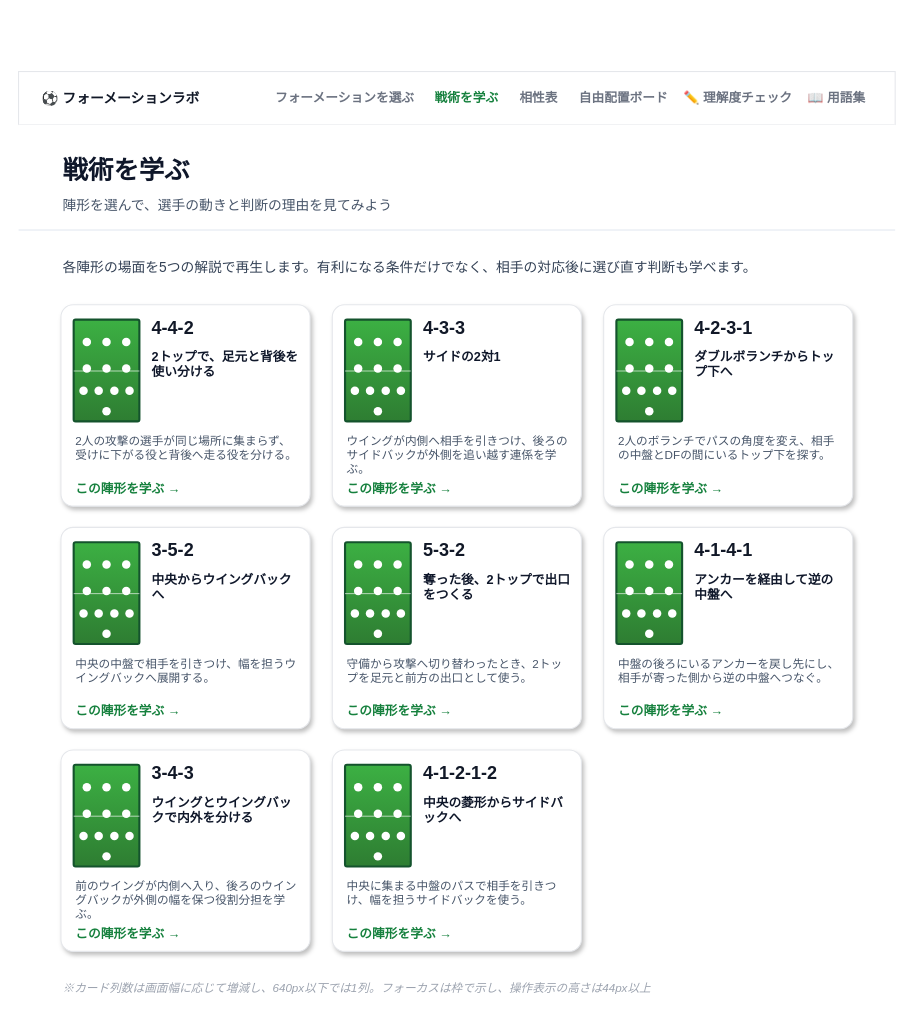
This is page "wireframe-learning-list" (3 of 8) of docs/specs/2_basic-design/wireframes.drawio from n-yata/soccer-sim, a draw.io file, before an edit. Source tidied: cells renumbered, new cells numbered last; positions are measured from the earlier drawing's top-left corner, leaving out a move shared by most shapes. Both pictures are drawn from the tidied source at 106%, with x=0, y=0 at pixel (18, 71).
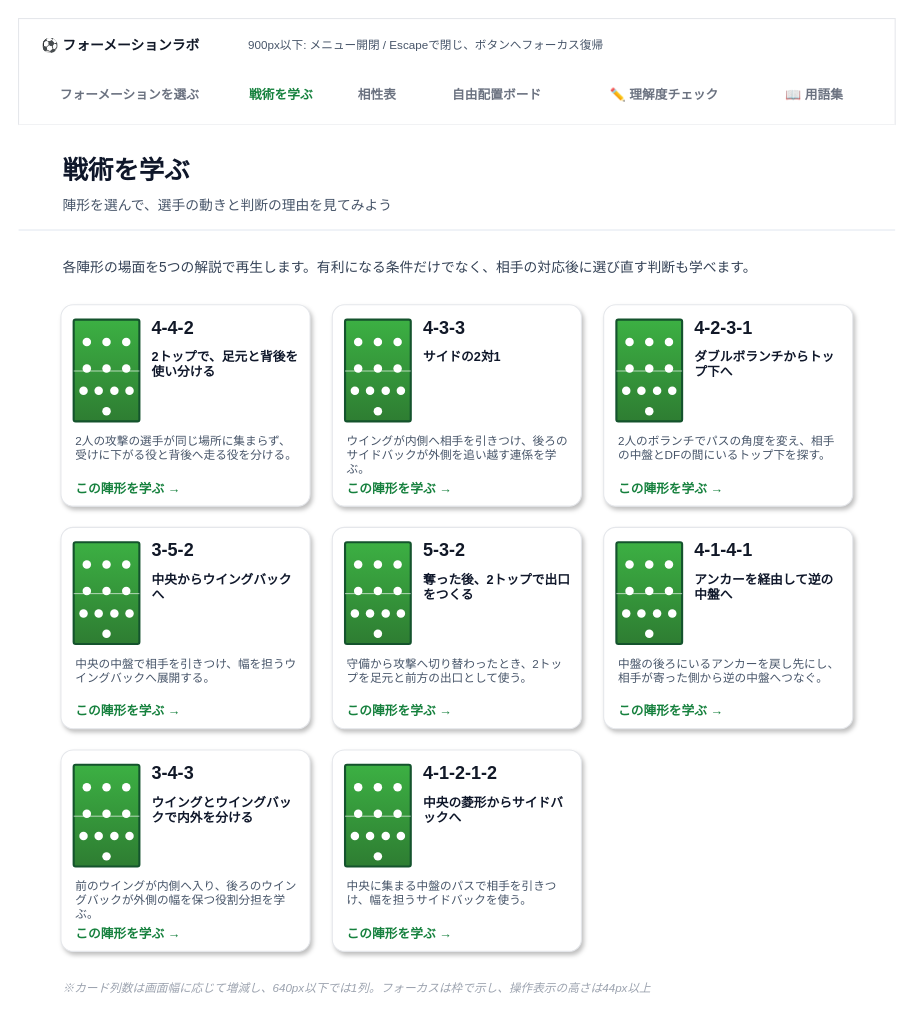
Above is the later version.

Diff of the diagram source:
```diff
@@
     <mxCell id="2" style="rounded=0;whiteSpace=wrap;html=1;fillColor=#FFFFFF;strokeColor=#E5E7EB;strokeWidth=1;" parent="1" vertex="1">
-      <mxGeometry width="827" height="50" as="geometry" />
+      <mxGeometry y="-50" width="827" height="100" as="geometry" />
     </mxCell>
     <mxCell id="3" value="⚽ フォーメーションラボ" style="text;html=1;fontSize=13;fontStyle=1;align=left;verticalAlign=middle;fontColor=#111827;whiteSpace=wrap;" parent="1" vertex="1">
-      <mxGeometry x="20" y="13" width="160" height="24" as="geometry" />
+      <mxGeometry x="20" y="-37" width="160" height="24" as="geometry" />
     </mxCell>
     <mxCell id="4" value="フォーメーションを選ぶ" style="text;html=1;fontSize=12;fontStyle=1;align=center;verticalAlign=middle;fontColor=#6B7280;whiteSpace=wrap;" parent="1" vertex="1">
-      <mxGeometry x="235" y="13" width="146" height="24" as="geometry" />
+      <mxGeometry x="20" y="10" width="170" height="24" as="geometry" />
     </mxCell>
     <mxCell id="5" value="戦術を学ぶ" style="text;html=1;fontSize=12;fontStyle=1;align=center;verticalAlign=middle;fontColor=#15803D;whiteSpace=wrap;" parent="1" vertex="1">
-      <mxGeometry x="385" y="13" width="76" height="24" as="geometry" />
+      <mxGeometry x="198" y="10" width="100" height="24" as="geometry" />
     </mxCell>
     <mxCell id="6" value="相性表" style="text;html=1;fontSize=12;fontStyle=1;align=center;verticalAlign=middle;fontColor=#6B7280;whiteSpace=wrap;" parent="1" vertex="1">
-      <mxGeometry x="465" y="13" width="52" height="24" as="geometry" />
+      <mxGeometry x="306" y="10" width="65" height="24" as="geometry" />
     </mxCell>
     <mxCell id="7" value="自由配置ボード" style="text;html=1;fontSize=12;fontStyle=1;align=center;verticalAlign=middle;fontColor=#6B7280;whiteSpace=wrap;" parent="1" vertex="1">
-      <mxGeometry x="521" y="13" width="100" height="24" as="geometry" />
+      <mxGeometry x="379" y="10" width="145" height="24" as="geometry" />
     </mxCell>
     <mxCell id="8" value="✏️ 理解度チェック" style="text;html=1;fontSize=12;fontStyle=1;align=center;verticalAlign=middle;fontColor=#6B7280;whiteSpace=wrap;" parent="1" vertex="1">
-      <mxGeometry x="625" y="13" width="108" height="24" as="geometry" />
+      <mxGeometry x="532" y="10" width="155" height="24" as="geometry" />
     </mxCell>
     <mxCell id="9" value="📖 用語集" style="text;html=1;fontSize=12;fontStyle=1;align=center;verticalAlign=middle;fontColor=#6B7280;whiteSpace=wrap;" parent="1" vertex="1">
-      <mxGeometry x="737" y="13" width="70" height="24" as="geometry" />
+      <mxGeometry x="695" y="10" width="112" height="24" as="geometry" />
     </mxCell>
@@
+    <mxCell id="160" value="900px以下: メニュー開閉 / Escapeで閉じ、ボタンへフォーカス復帰" style="text;html=1;fontSize=11;align=left;whiteSpace=wrap;fontColor=#475569;" parent="1" vertex="1">
+      <mxGeometry x="215" y="-38" width="590" height="28" as="geometry" />
+    </mxCell>
```
